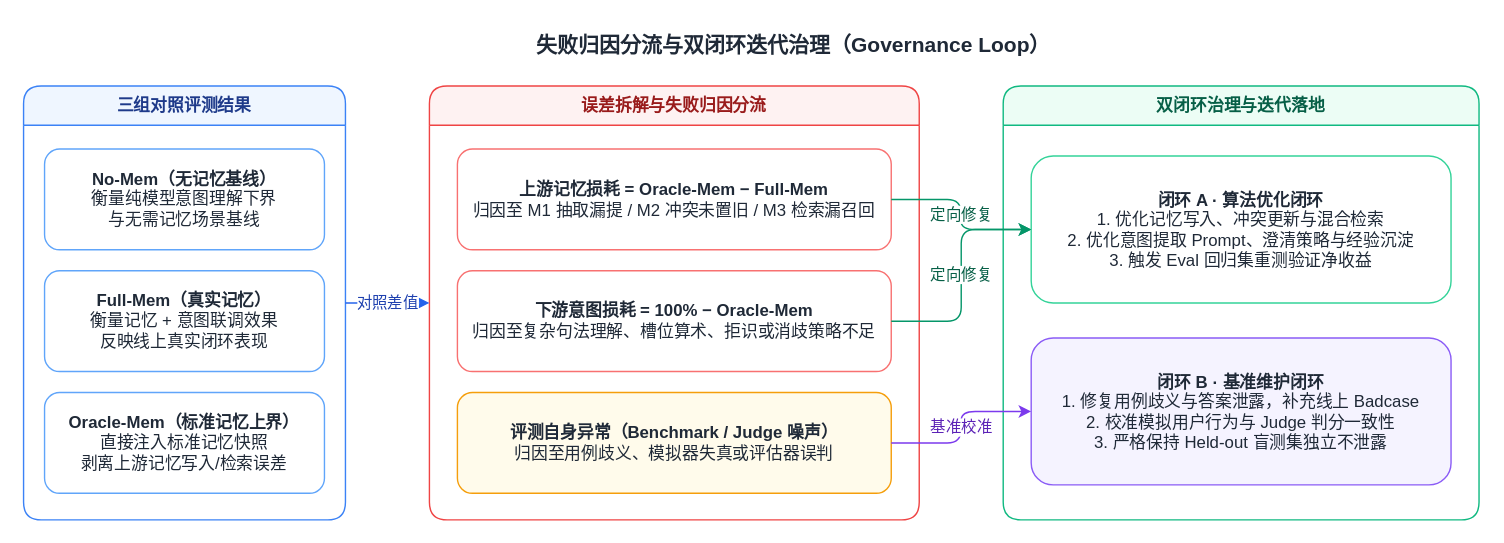
Earlier version of the draw.io export slides/excalidraw_notes/drawio/eval_governance_attribution_loop.drawio.svg (wangbanjin1/sharing). Source tidied: cells renumbered, new cells last; positions are measured from the earlier drawing's top-left corner, leaving out a move shared by most shapes.
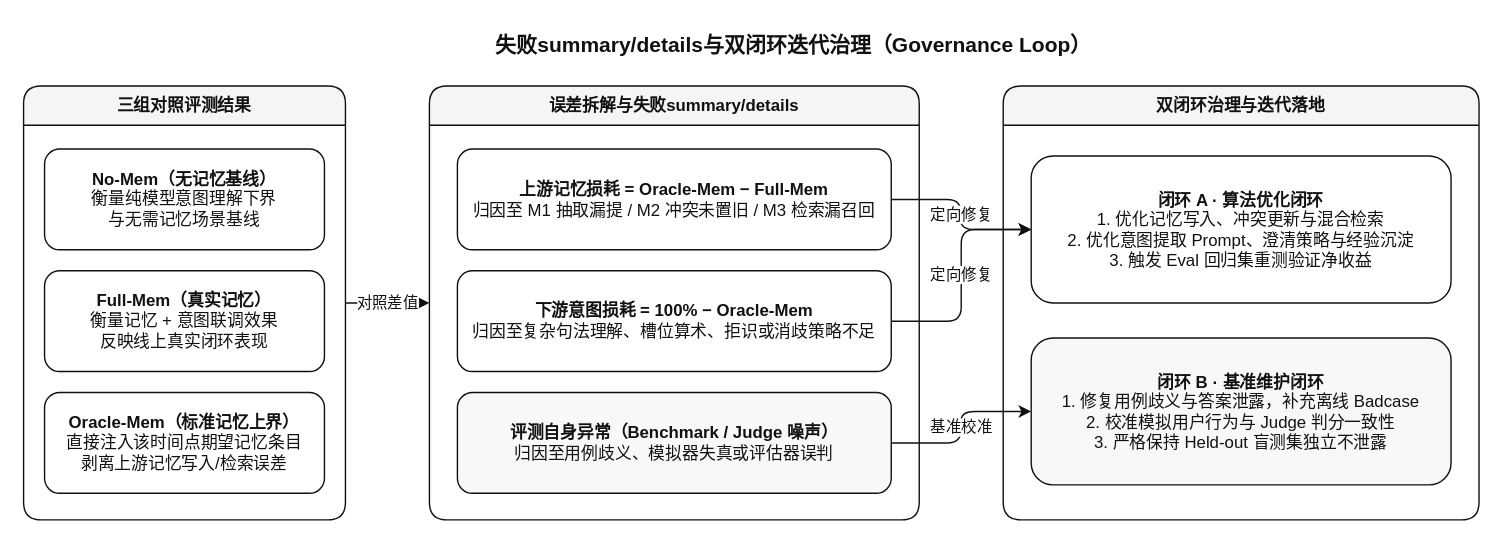
The same file after the commit.

Commit message:
docs(eval): align Eval Run modular design with 13-item eval matrix, Hook tracing, checkpoint pass@k/pass^k, and monochrome draw.io diagrams

Change to the diagram source:
```diff
@@ -2,52 +2,52 @@
   <root>
     <mxCell id="0" />
     <mxCell id="1" parent="0" />
-    <mxCell id="2" value="&lt;b&gt;失败归因分流与双闭环迭代治理（Governance Loop）&lt;/b&gt;" style="text;html=1;align=center;verticalAlign=middle;fontSize=15;fontColor=#1F2937;" parent="1" vertex="1">
+    <mxCell id="2" value="&lt;b&gt;失败summary/details与双闭环迭代治理（Governance Loop）&lt;/b&gt;" style="text;html=1;align=center;verticalAlign=middle;fontSize=15;fontColor=#111111;" parent="1" vertex="1">
       <mxGeometry x="250" width="600" height="30" as="geometry" />
     </mxCell>
-    <mxCell id="3" value="&lt;b&gt;三组对照评测结果&lt;/b&gt;" style="swimlane;startSize=28;rounded=1;fillColor=#EFF6FF;strokeColor=#3B82F6;fontColor=#1E3A8A;html=1;whiteSpace=wrap;" parent="1" vertex="1">
+    <mxCell id="3" value="&lt;b&gt;三组对照评测结果&lt;/b&gt;" style="swimlane;startSize=28;rounded=1;fillColor=#F5F5F5;strokeColor=#111111;fontColor=#111111;html=1;whiteSpace=wrap;" parent="1" vertex="1">
       <mxGeometry y="45" width="230" height="310" as="geometry" />
     </mxCell>
-    <mxCell id="4" value="&lt;b&gt;No-Mem（无记忆基线）&lt;/b&gt;&lt;br&gt;衡量纯模型意图理解下界&lt;br&gt;与无需记忆场景基线" style="rounded=1;whiteSpace=wrap;html=1;fillColor=#FFFFFF;strokeColor=#60A5FA;fontColor=#1F2937;" parent="3" vertex="1">
+    <mxCell id="4" value="&lt;b&gt;No-Mem（无记忆基线）&lt;/b&gt;&lt;br&gt;衡量纯模型意图理解下界&lt;br&gt;与无需记忆场景基线" style="rounded=1;whiteSpace=wrap;html=1;fillColor=#FFFFFF;strokeColor=#111111;fontColor=#111111;" parent="3" vertex="1">
       <mxGeometry x="15" y="45" width="200" height="72" as="geometry" />
     </mxCell>
-    <mxCell id="5" value="&lt;b&gt;Full-Mem（真实记忆）&lt;/b&gt;&lt;br&gt;衡量记忆 + 意图联调效果&lt;br&gt;反映线上真实闭环表现" style="rounded=1;whiteSpace=wrap;html=1;fillColor=#FFFFFF;strokeColor=#60A5FA;fontColor=#1F2937;" parent="3" vertex="1">
+    <mxCell id="5" value="&lt;b&gt;Full-Mem（真实记忆）&lt;/b&gt;&lt;br&gt;衡量记忆 + 意图联调效果&lt;br&gt;反映线上真实闭环表现" style="rounded=1;whiteSpace=wrap;html=1;fillColor=#FFFFFF;strokeColor=#111111;fontColor=#111111;" parent="3" vertex="1">
       <mxGeometry x="15" y="132" width="200" height="72" as="geometry" />
     </mxCell>
-    <mxCell id="6" value="&lt;b&gt;Oracle-Mem（标准记忆上界）&lt;/b&gt;&lt;br&gt;直接注入标准记忆快照&lt;br&gt;剥离上游记忆写入/检索误差" style="rounded=1;whiteSpace=wrap;html=1;fillColor=#FFFFFF;strokeColor=#60A5FA;fontColor=#1F2937;" parent="3" vertex="1">
+    <mxCell id="6" value="&lt;b&gt;Oracle-Mem（标准记忆上界）&lt;/b&gt;&lt;br&gt;直接注入该时间点期望记忆条目&lt;br&gt;剥离上游记忆写入/检索误差" style="rounded=1;whiteSpace=wrap;html=1;fillColor=#FFFFFF;strokeColor=#111111;fontColor=#111111;" parent="3" vertex="1">
       <mxGeometry x="15" y="219" width="200" height="72" as="geometry" />
     </mxCell>
-    <mxCell id="7" value="&lt;b&gt;误差拆解与失败归因分流&lt;/b&gt;" style="swimlane;startSize=28;rounded=1;fillColor=#FEF2F2;strokeColor=#EF4444;fontColor=#991B1B;html=1;whiteSpace=wrap;" parent="1" vertex="1">
+    <mxCell id="7" value="&lt;b&gt;误差拆解与失败summary/details&lt;/b&gt;" style="swimlane;startSize=28;rounded=1;fillColor=#F5F5F5;strokeColor=#111111;fontColor=#111111;html=1;whiteSpace=wrap;" parent="1" vertex="1">
       <mxGeometry x="290" y="45" width="350" height="310" as="geometry" />
     </mxCell>
-    <mxCell id="8" value="&lt;b&gt;上游记忆损耗 = Oracle-Mem − Full-Mem&lt;/b&gt;&lt;br&gt;归因至 M1 抽取漏提 / M2 冲突未置旧 / M3 检索漏召回" style="rounded=1;whiteSpace=wrap;html=1;fillColor=#FFFFFF;strokeColor=#F87171;fontColor=#1F2937;" parent="7" vertex="1">
+    <mxCell id="8" value="&lt;b&gt;上游记忆损耗 = Oracle-Mem − Full-Mem&lt;/b&gt;&lt;br&gt;归因至 M1 抽取漏提 / M2 冲突未置旧 / M3 检索漏召回" style="rounded=1;whiteSpace=wrap;html=1;fillColor=#FFFFFF;strokeColor=#111111;fontColor=#111111;" parent="7" vertex="1">
       <mxGeometry x="20" y="45" width="310" height="72" as="geometry" />
     </mxCell>
-    <mxCell id="9" value="&lt;b&gt;下游意图损耗 = 100% − Oracle-Mem&lt;/b&gt;&lt;br&gt;归因至复杂句法理解、槽位算术、拒识或消歧策略不足" style="rounded=1;whiteSpace=wrap;html=1;fillColor=#FFFFFF;strokeColor=#F87171;fontColor=#1F2937;" parent="7" vertex="1">
+    <mxCell id="9" value="&lt;b&gt;下游意图损耗 = 100% − Oracle-Mem&lt;/b&gt;&lt;br&gt;归因至复杂句法理解、槽位算术、拒识或消歧策略不足" style="rounded=1;whiteSpace=wrap;html=1;fillColor=#FFFFFF;strokeColor=#111111;fontColor=#111111;" parent="7" vertex="1">
       <mxGeometry x="20" y="132" width="310" height="72" as="geometry" />
     </mxCell>
-    <mxCell id="10" value="&lt;b&gt;评测自身异常（Benchmark / Judge 噪声）&lt;/b&gt;&lt;br&gt;归因至用例歧义、模拟器失真或评估器误判" style="rounded=1;whiteSpace=wrap;html=1;fillColor=#FFFBEB;strokeColor=#F59E0B;fontColor=#1F2937;" parent="7" vertex="1">
+    <mxCell id="10" value="&lt;b&gt;评测自身异常（Benchmark / Judge 噪声）&lt;/b&gt;&lt;br&gt;归因至用例歧义、模拟器失真或评估器误判" style="rounded=1;whiteSpace=wrap;html=1;fillColor=#F8F8F8;strokeColor=#111111;fontColor=#111111;" parent="7" vertex="1">
       <mxGeometry x="20" y="219" width="310" height="72" as="geometry" />
     </mxCell>
-    <mxCell id="11" value="&lt;b&gt;双闭环治理与迭代落地&lt;/b&gt;" style="swimlane;startSize=28;rounded=1;fillColor=#ECFDF5;strokeColor=#10B981;fontColor=#065F46;html=1;whiteSpace=wrap;" parent="1" vertex="1">
+    <mxCell id="11" value="&lt;b&gt;双闭环治理与迭代落地&lt;/b&gt;" style="swimlane;startSize=28;rounded=1;fillColor=#F5F5F5;strokeColor=#111111;fontColor=#111111;html=1;whiteSpace=wrap;" parent="1" vertex="1">
       <mxGeometry x="700" y="45" width="340" height="310" as="geometry" />
     </mxCell>
-    <mxCell id="12" value="&lt;b&gt;闭环 A · 算法优化闭环&lt;/b&gt;&lt;br&gt;1. 优化记忆写入、冲突更新与混合检索&lt;br&gt;2. 优化意图提取 Prompt、澄清策略与经验沉淀&lt;br&gt;3. 触发 Eval 回归集重测验证净收益" style="rounded=1;whiteSpace=wrap;html=1;fillColor=#FFFFFF;strokeColor=#34D399;fontColor=#1F2937;" parent="11" vertex="1">
+    <mxCell id="12" value="&lt;b&gt;闭环 A · 算法优化闭环&lt;/b&gt;&lt;br&gt;1. 优化记忆写入、冲突更新与混合检索&lt;br&gt;2. 优化意图提取 Prompt、澄清策略与经验沉淀&lt;br&gt;3. 触发 Eval 回归集重测验证净收益" style="rounded=1;whiteSpace=wrap;html=1;fillColor=#FFFFFF;strokeColor=#111111;fontColor=#111111;" parent="11" vertex="1">
       <mxGeometry x="20" y="50" width="300" height="105" as="geometry" />
     </mxCell>
-    <mxCell id="13" value="&lt;b&gt;闭环 B · 基准维护闭环&lt;/b&gt;&lt;br&gt;1. 修复用例歧义与答案泄露，补充线上 Badcase&lt;br&gt;2. 校准模拟用户行为与 Judge 判分一致性&lt;br&gt;3. 严格保持 Held-out 盲测集独立不泄露" style="rounded=1;whiteSpace=wrap;html=1;fillColor=#F5F3FF;strokeColor=#8B5CF6;fontColor=#1F2937;" parent="11" vertex="1">
+    <mxCell id="13" value="&lt;b&gt;闭环 B · 基准维护闭环&lt;/b&gt;&lt;br&gt;1. 修复用例歧义与答案泄露，补充离线 Badcase&lt;br&gt;2. 校准模拟用户行为与 Judge 判分一致性&lt;br&gt;3. 严格保持 Held-out 盲测集独立不泄露" style="rounded=1;whiteSpace=wrap;html=1;fillColor=#F8F8F8;strokeColor=#111111;fontColor=#111111;" parent="11" vertex="1">
       <mxGeometry x="20" y="180" width="300" height="105" as="geometry" />
     </mxCell>
-    <mxCell id="14" value="对照差值" style="edgeStyle=orthogonalEdgeStyle;rounded=1;html=1;strokeColor=#2563EB;fontColor=#1E40AF;" parent="1" edge="1" source="3" target="7">
+    <mxCell id="14" value="对照差值" style="edgeStyle=orthogonalEdgeStyle;rounded=1;html=1;strokeColor=#111111;fontColor=#111111;" parent="1" edge="1" source="3" target="7">
       <mxGeometry relative="1" as="geometry" />
     </mxCell>
-    <mxCell id="15" value="定向修复" style="edgeStyle=orthogonalEdgeStyle;rounded=1;html=1;strokeColor=#059669;fontColor=#065F46;" parent="1" edge="1" source="8" target="12">
+    <mxCell id="15" value="定向修复" style="edgeStyle=orthogonalEdgeStyle;rounded=1;html=1;strokeColor=#111111;fontColor=#111111;" parent="1" edge="1" source="8" target="12">
       <mxGeometry relative="1" as="geometry" />
     </mxCell>
-    <mxCell id="16" value="定向修复" style="edgeStyle=orthogonalEdgeStyle;rounded=1;html=1;strokeColor=#059669;fontColor=#065F46;" parent="1" edge="1" source="9" target="12">
+    <mxCell id="16" value="定向修复" style="edgeStyle=orthogonalEdgeStyle;rounded=1;html=1;strokeColor=#111111;fontColor=#111111;" parent="1" edge="1" source="9" target="12">
       <mxGeometry relative="1" as="geometry" />
     </mxCell>
-    <mxCell id="17" value="基准校准" style="edgeStyle=orthogonalEdgeStyle;rounded=1;html=1;strokeColor=#7C3AED;fontColor=#5B21B6;" parent="1" edge="1" source="10" target="13">
+    <mxCell id="17" value="基准校准" style="edgeStyle=orthogonalEdgeStyle;rounded=1;html=1;strokeColor=#111111;fontColor=#111111;" parent="1" edge="1" source="10" target="13">
       <mxGeometry relative="1" as="geometry" />
     </mxCell>
   </root>
```
